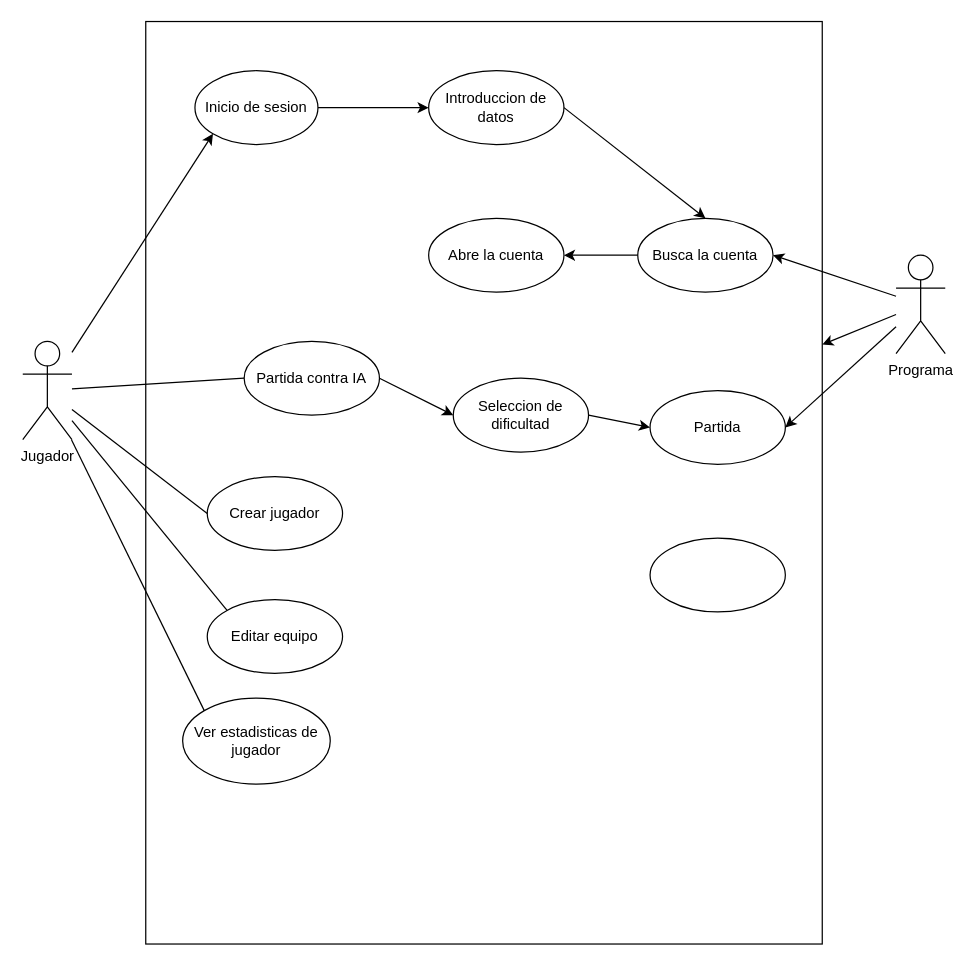
The draw.io diagram Diagrama de uso.drawio in ManuLazaro/TrabajoProgramacion, before the edit. Source tidied: cells renumbered, new cells numbered last; positions are measured from the earlier drawing's top-left corner, leaving out a move shared by most shapes. Both pictures are drawn from the tidied source at 123%, with x=0, y=0 at pixel (22, 21).
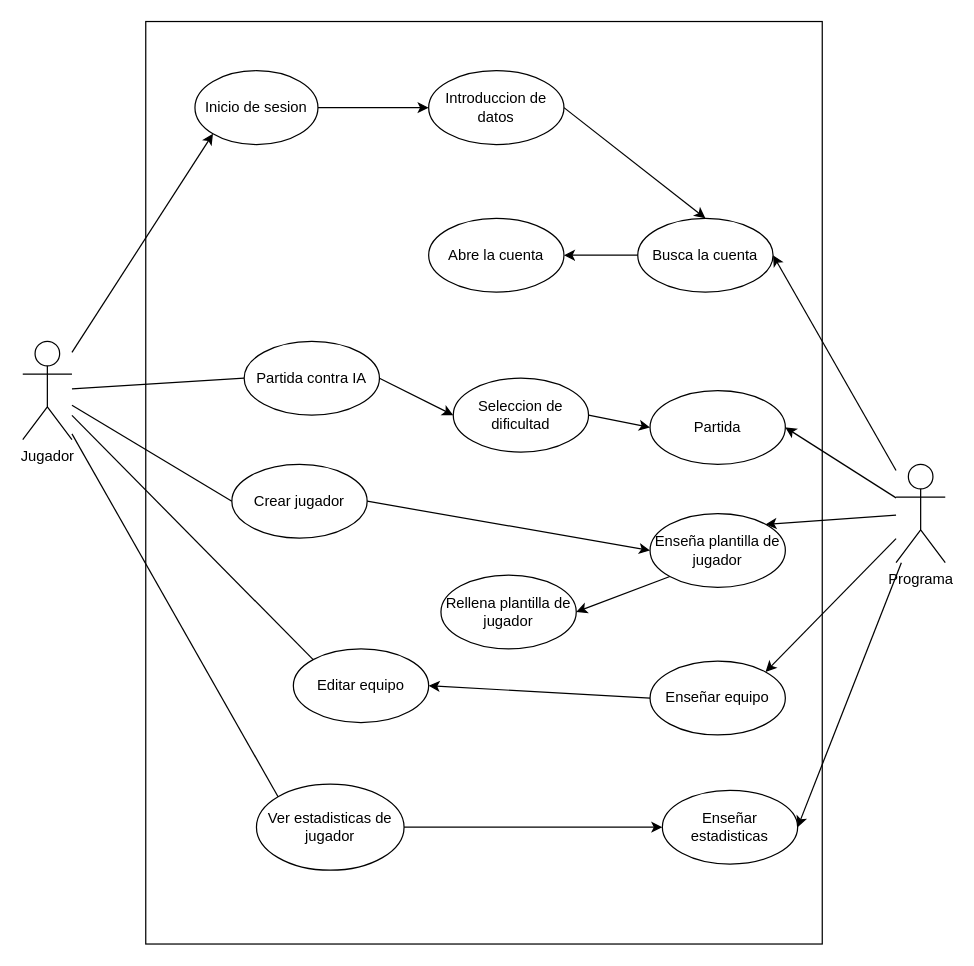
Above is the later version.

Commit message (it also covers changes not shown here):
Completo versión 1

Unchanged cells that the change refers to:
```xml
<mxCell id="4" style="rounded=0;whiteSpace=wrap;html=1;" parent="1" vertex="1">
  <mxGeometry x="100" width="550" height="750" as="geometry" />
</mxCell>
```

Diff of the diagram source:
```diff
@@
     <mxCell id="3" value="Programa" style="shape=umlActor;verticalLabelPosition=bottom;verticalAlign=top;html=1;outlineConnect=0;align=center;horizontal=1;" parent="1" vertex="1">
-      <mxGeometry x="710" y="190" width="40" height="80" as="geometry" />
+      <mxGeometry x="710" y="360" width="40" height="80" as="geometry" />
     </mxCell>
@@
     <mxCell id="8" value="Crear jugador" style="ellipse;whiteSpace=wrap;html=1;" parent="1" vertex="1">
-      <mxGeometry x="150" y="370" width="110" height="60" as="geometry" />
+      <mxGeometry x="170" y="360" width="110" height="60" as="geometry" />
     </mxCell>
     <mxCell id="9" value="Editar equipo" style="ellipse;whiteSpace=wrap;html=1;" parent="1" vertex="1">
-      <mxGeometry x="150" y="470" width="110" height="60" as="geometry" />
+      <mxGeometry x="220" y="510" width="110" height="60" as="geometry" />
     </mxCell>
     <mxCell id="10" value="Ver estadisticas de jugador" style="ellipse;whiteSpace=wrap;html=1;" parent="1" vertex="1">
-      <mxGeometry x="130" y="550" width="120" height="70" as="geometry" />
+      <mxGeometry x="190" y="620" width="120" height="70" as="geometry" />
     </mxCell>
@@
-    <mxCell id="27" style="endArrow=classic;html=1;rounded=0;" parent="1" edge="1" source="3" target="4">
-      <mxGeometry relative="1" as="geometry" />
-    </mxCell>
-    <mxCell id="28" style="ellipse;whiteSpace=wrap;html=1;" parent="1" vertex="1">
-      <mxGeometry x="510" y="420" width="110" height="60" as="geometry" />
+    <mxCell id="28" value="Enseña plantilla de jugador" style="ellipse;whiteSpace=wrap;html=1;" parent="1" vertex="1">
+      <mxGeometry x="510" y="400" width="110" height="60" as="geometry" />
     </mxCell>
+    <mxCell id="29" style="endArrow=classic;html=1;rounded=0;entryX=1;entryY=0;entryDx=0;entryDy=0;" parent="1" edge="1" source="3" target="28">
+      <mxGeometry relative="1" as="geometry" />
+    </mxCell>
+    <mxCell id="30" value="Rellena plantilla de jugador" style="ellipse;whiteSpace=wrap;html=1;" parent="1" vertex="1">
+      <mxGeometry x="340" y="450" width="110" height="60" as="geometry" />
+    </mxCell>
+    <mxCell id="31" style="endArrow=classic;html=1;rounded=0;exitX=1;exitY=0.5;exitDx=0;exitDy=0;entryX=0;entryY=0.5;entryDx=0;entryDy=0;" parent="1" edge="1" source="8" target="28">
+      <mxGeometry relative="1" as="geometry" />
+    </mxCell>
+    <mxCell id="32" style="endArrow=classic;html=1;rounded=0;exitX=0;exitY=1;exitDx=0;exitDy=0;entryX=1;entryY=0.5;entryDx=0;entryDy=0;" parent="1" edge="1" source="28" target="30">
+      <mxGeometry relative="1" as="geometry" />
+    </mxCell>
+    <mxCell id="33" value="Enseñar equipo" style="ellipse;whiteSpace=wrap;html=1;" parent="1" vertex="1">
+      <mxGeometry x="510" y="520" width="110" height="60" as="geometry" />
+    </mxCell>
+    <mxCell id="34" style="endArrow=classic;html=1;rounded=0;entryX=1;entryY=0;entryDx=0;entryDy=0;" parent="1" edge="1" source="3" target="33">
+      <mxGeometry relative="1" as="geometry" />
+    </mxCell>
+    <mxCell id="35" value="Enseñar estadisticas" style="ellipse;whiteSpace=wrap;html=1;" parent="1" vertex="1">
+      <mxGeometry x="520" y="625" width="110" height="60" as="geometry" />
+    </mxCell>
+    <mxCell id="36" style="endArrow=classic;html=1;rounded=0;entryX=1;entryY=0.5;entryDx=0;entryDy=0;" parent="1" edge="1" source="3" target="35">
+      <mxGeometry relative="1" as="geometry" />
+    </mxCell>
+    <mxCell id="37" style="endArrow=classic;html=1;rounded=0;exitX=1;exitY=0.5;exitDx=0;exitDy=0;entryX=0;entryY=0.5;entryDx=0;entryDy=0;" parent="1" edge="1" source="10" target="35">
+      <mxGeometry relative="1" as="geometry" />
+    </mxCell>
+    <mxCell id="38" style="endArrow=classic;html=1;rounded=0;exitX=0;exitY=0.5;exitDx=0;exitDy=0;entryX=1;entryY=0.5;entryDx=0;entryDy=0;" parent="1" edge="1" source="33" target="9">
+      <mxGeometry relative="1" as="geometry" />
+    </mxCell>
```
